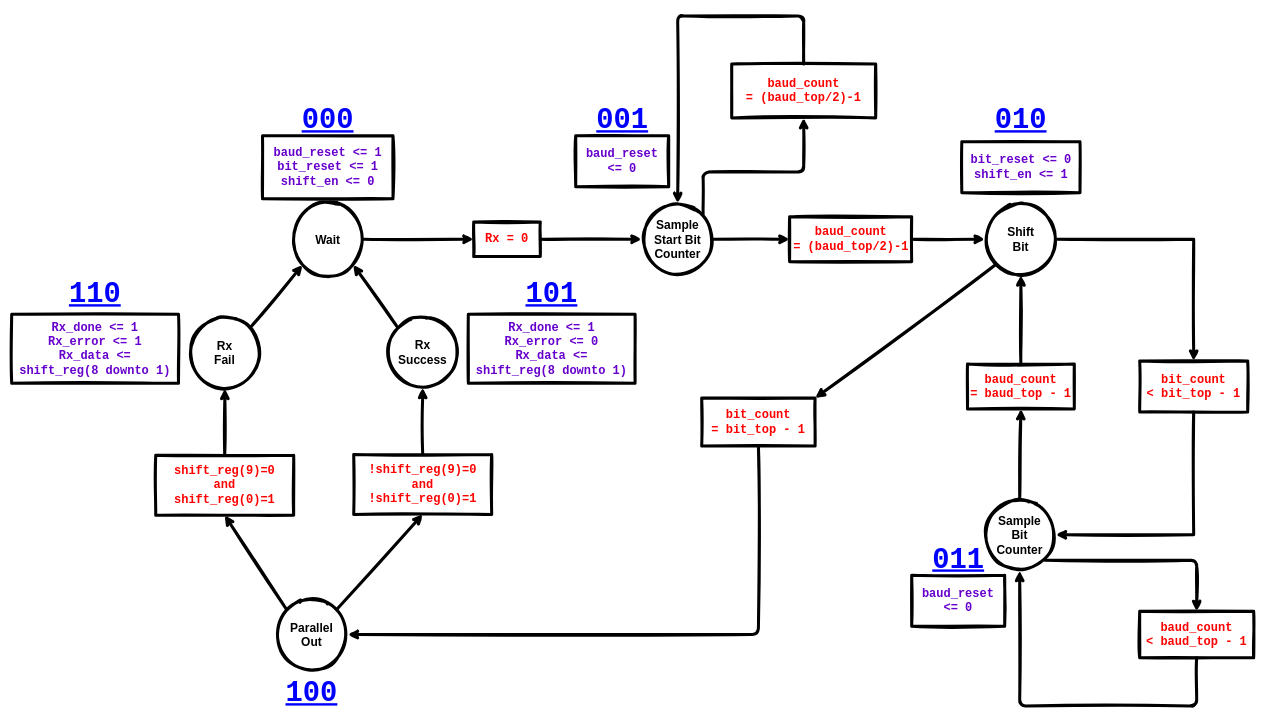
mubbie/es31-wordle keeps this draw.io diagram as diagrams/Receiver/Receiver State Machine.drawio. Above is the earlier version. Source tidied: cells renumbered, new cells numbered last; positions are measured from the earlier drawing's top-left corner, leaving out a move shared by most shapes. Both pictures are drawn from the tidied source at 60%, with x=0, y=0 at pixel (11, 16).
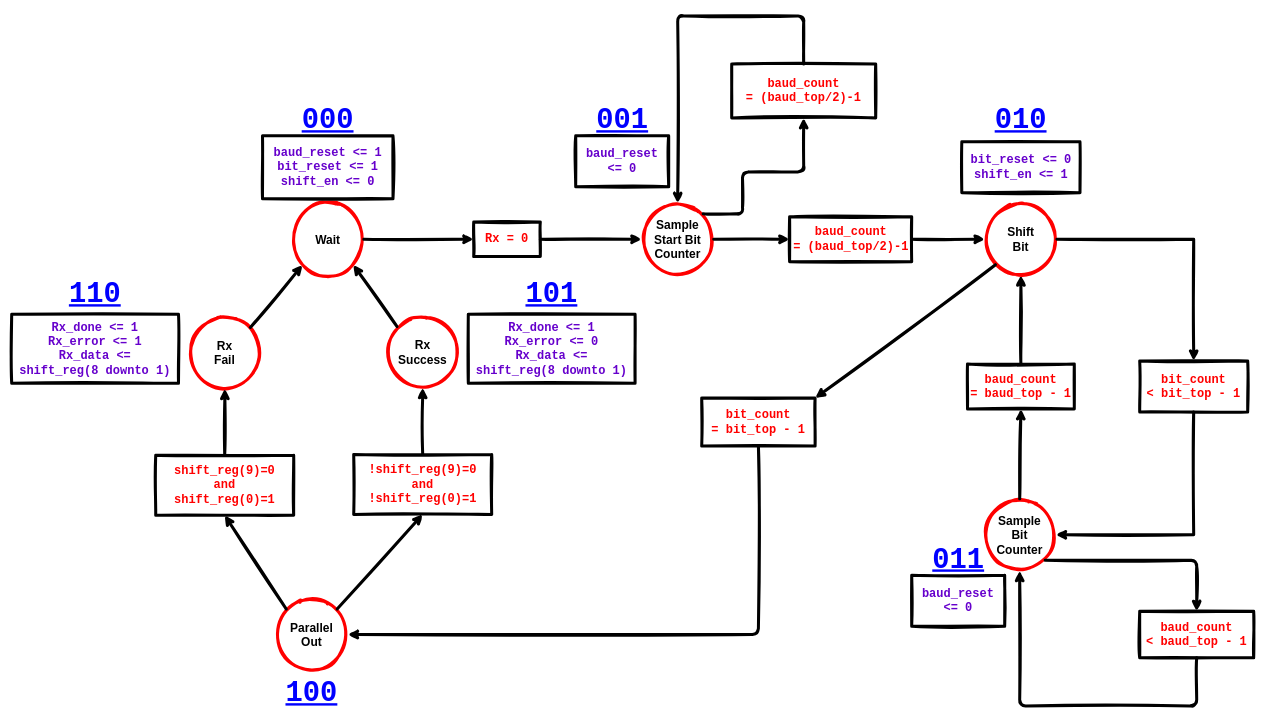
The same page after the edit.

Unchanged cells that the change refers to:
```xml
<mxCell id="2" style="group;rounded=0;sketch=1;" parent="1" vertex="1">
  <mxGeometry x="466.8" y="312.3" width="120" height="120" as="geometry" />
</mxCell>
<mxCell id="5" style="group;rounded=0;sketch=1;" parent="1" vertex="1">
  <mxGeometry x="1050" y="312.3" width="120" height="120" as="geometry" />
</mxCell>
<mxCell id="8" style="group;rounded=0;sketch=1;" parent="1" vertex="1">
  <mxGeometry x="1622" y="312.3" width="120" height="120" as="geometry" />
</mxCell>
<mxCell id="11" style="group;rounded=0;sketch=1;" parent="1" vertex="1">
  <mxGeometry x="1620" y="804.8" width="120" height="120" as="geometry" />
</mxCell>
<mxCell id="14" style="group;rounded=0;sketch=1;" parent="1" vertex="1">
  <mxGeometry x="440" y="971" width="120" height="120" as="geometry" />
</mxCell>
<mxCell id="23" value="&lt;b style=&quot;font-family: &amp;quot;Courier New&amp;quot;; font-size: 20px;&quot;&gt;baud_count&lt;br&gt;= (baud_top/2)-1&lt;/b&gt;&lt;font style=&quot;font-size: 20px;&quot; face=&quot;Courier New&quot;&gt;&lt;b style=&quot;&quot;&gt;&lt;br&gt;&lt;/b&gt;&lt;/font&gt;" style="text;html=1;strokeColor=default;fillColor=none;align=center;verticalAlign=middle;whiteSpace=wrap;rounded=0;fontColor=#FF0000;strokeWidth=5;sketch=1;" parent="1" vertex="1">
  <mxGeometry x="1200" y="80" width="240" height="90" as="geometry" />
</mxCell>
<mxCell id="43" style="group;rounded=0;sketch=1;" parent="1" vertex="1">
  <mxGeometry x="625" y="499.8" width="120" height="120" as="geometry" />
</mxCell>
<mxCell id="46" style="group;rounded=0;sketch=1;" parent="1" vertex="1">
  <mxGeometry x="295" y="501.3" width="120" height="120" as="geometry" />
</mxCell>
```

Change to the diagram source:
```diff
@@
-    <mxCell id="3" style="ellipse;whiteSpace=wrap;html=1;rounded=0;strokeWidth=5;sketch=1;" parent="2" vertex="1">
+    <mxCell id="3" style="ellipse;whiteSpace=wrap;html=1;rounded=0;strokeWidth=5;sketch=1;strokeColor=#FF0000;" parent="2" vertex="1">
       <mxGeometry width="120" height="120" as="geometry" />
     </mxCell>
@@
-    <mxCell id="6" style="ellipse;whiteSpace=wrap;html=1;rounded=0;strokeWidth=5;sketch=1;" parent="5" vertex="1">
+    <mxCell id="6" style="ellipse;whiteSpace=wrap;html=1;rounded=0;strokeWidth=5;sketch=1;strokeColor=#FF0000;" parent="5" vertex="1">
       <mxGeometry width="120" height="120" as="geometry" />
     </mxCell>
@@
-    <mxCell id="9" style="ellipse;whiteSpace=wrap;html=1;rounded=0;strokeWidth=5;sketch=1;" parent="8" vertex="1">
+    <mxCell id="9" style="ellipse;whiteSpace=wrap;html=1;rounded=0;strokeWidth=5;sketch=1;strokeColor=#FF0000;" parent="8" vertex="1">
       <mxGeometry width="120" height="120" as="geometry" />
     </mxCell>
@@
-    <mxCell id="12" style="ellipse;whiteSpace=wrap;html=1;rounded=0;strokeWidth=5;sketch=1;" parent="11" vertex="1">
+    <mxCell id="12" style="ellipse;whiteSpace=wrap;html=1;rounded=0;strokeWidth=5;sketch=1;strokeColor=#FF0000;" parent="11" vertex="1">
       <mxGeometry width="120" height="120" as="geometry" />
     </mxCell>
@@
-    <mxCell id="15" style="ellipse;whiteSpace=wrap;html=1;rounded=0;strokeWidth=5;sketch=1;" parent="14" vertex="1">
+    <mxCell id="15" style="ellipse;whiteSpace=wrap;html=1;rounded=0;strokeWidth=5;sketch=1;strokeColor=#FF0000;" parent="14" vertex="1">
       <mxGeometry width="120" height="120" as="geometry" />
     </mxCell>
@@
-    <mxCell id="44" style="ellipse;whiteSpace=wrap;html=1;rounded=0;strokeWidth=5;sketch=1;" parent="43" vertex="1">
+    <mxCell id="44" style="ellipse;whiteSpace=wrap;html=1;rounded=0;strokeWidth=5;sketch=1;strokeColor=#FF0000;" parent="43" vertex="1">
       <mxGeometry width="120" height="120" as="geometry" />
     </mxCell>
@@
-    <mxCell id="47" style="ellipse;whiteSpace=wrap;html=1;rounded=0;strokeWidth=5;sketch=1;" parent="46" vertex="1">
+    <mxCell id="47" style="ellipse;whiteSpace=wrap;html=1;rounded=0;strokeWidth=5;sketch=1;strokeColor=#FF0000;" parent="46" vertex="1">
       <mxGeometry width="120" height="120" as="geometry" />
     </mxCell>
@@
     <mxCell id="64" style="edgeStyle=orthogonalEdgeStyle;sketch=1;jettySize=auto;html=1;exitX=1;exitY=0;exitDx=0;exitDy=0;entryX=0.5;entryY=1;entryDx=0;entryDy=0;fontFamily=Courier New;fontSize=20;fontColor=#6600CC;strokeWidth=5;" parent="1" edge="1" source="6" target="23">
       <mxGeometry relative="1" as="geometry">
         <Array as="points">
-          <mxPoint x="1152" y="260" />
+          <mxPoint x="1218" y="330" />
+          <mxPoint x="1218" y="260" />
           <mxPoint x="1320" y="260" />
         </Array>
       </mxGeometry>
     </mxCell>
```
